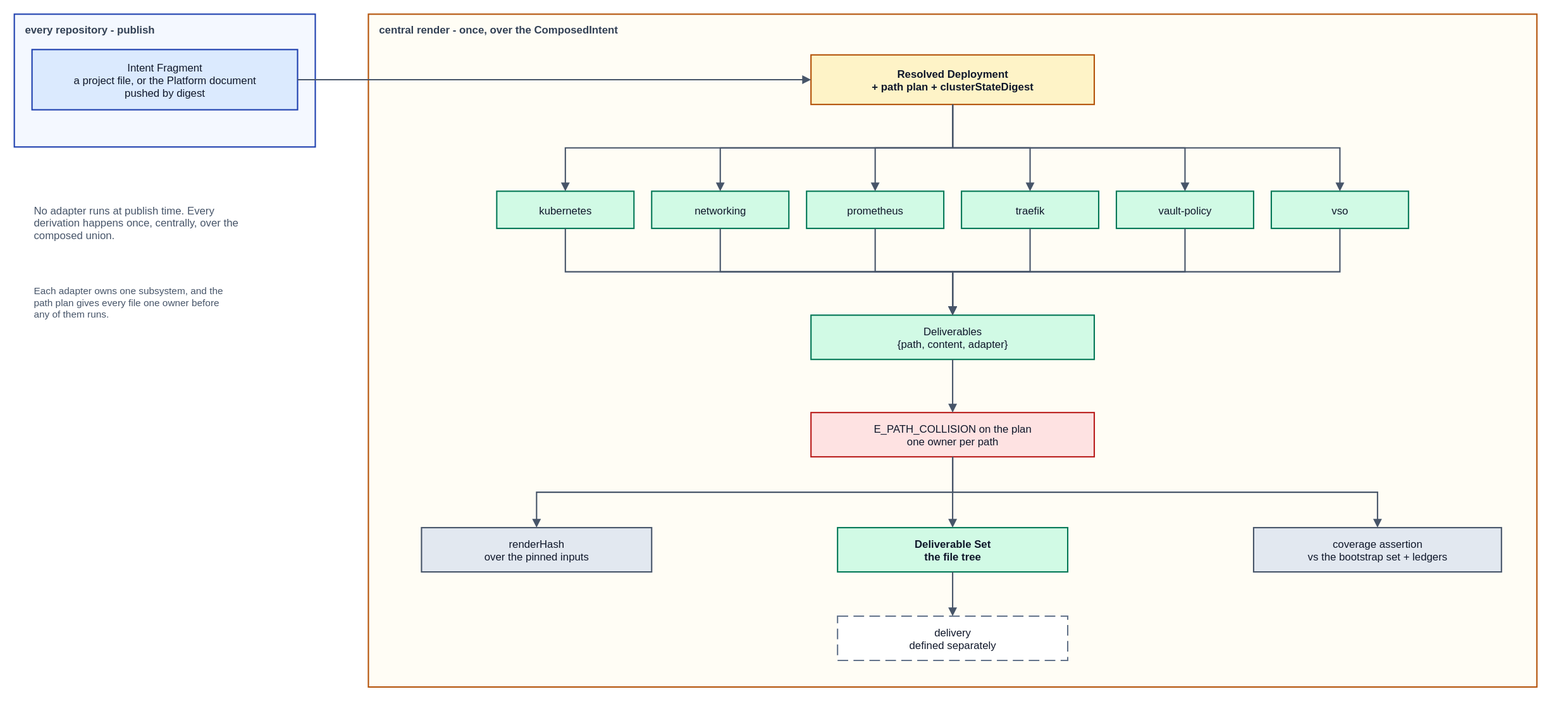
JorisJonkers-dev/deploy-kit keeps this draw.io diagram as spec/v1/diagrams/30-render-pipeline.drawio.svg. Above is the earlier version. Source tidied: cells renumbered, new cells last; positions are measured from the earlier drawing's top-left corner, leaving out a move shared by most shapes.
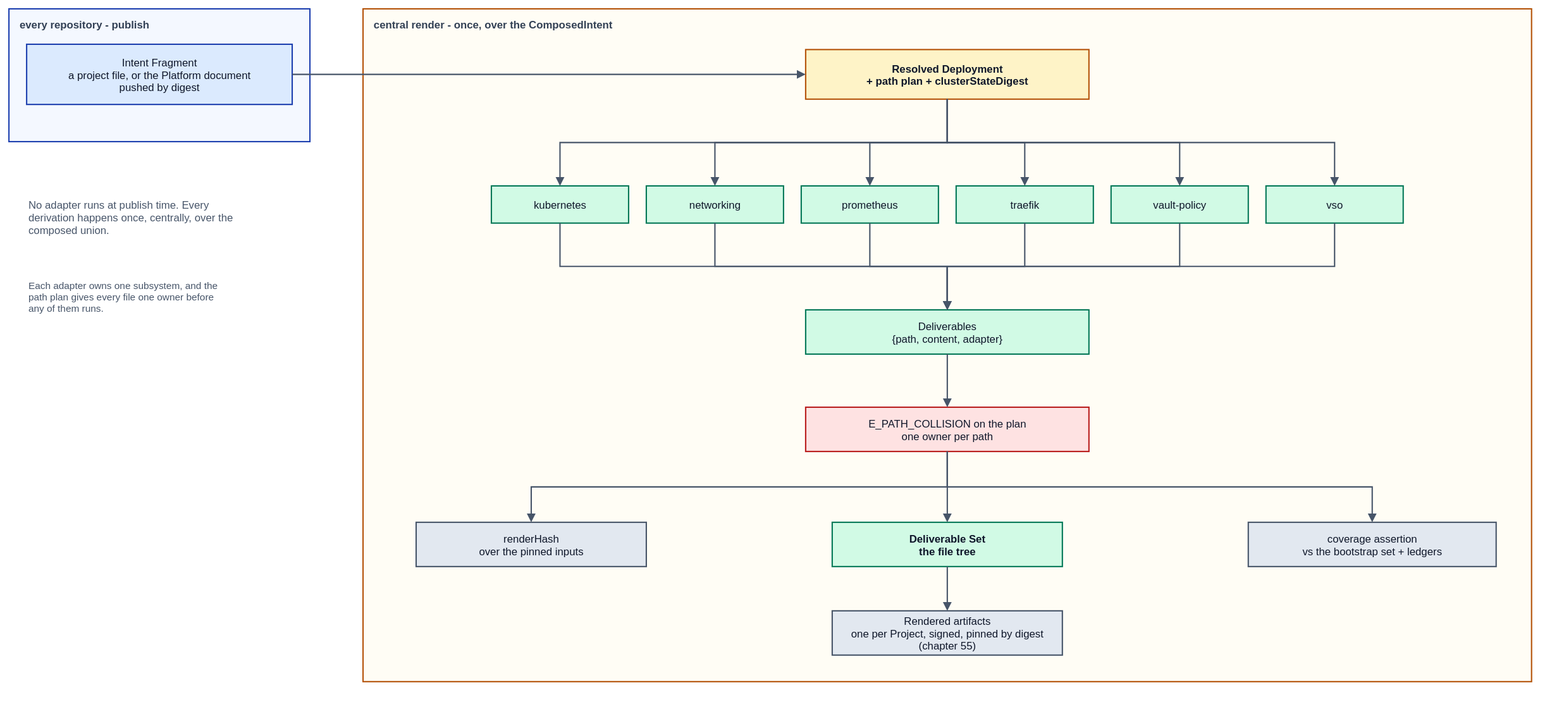
After the commit.

Commit message:
docs: redraw the delivery diagrams (#174)

The edit, as a diff of the source:
```diff
@@ -47,7 +47,7 @@
     <mxCell id="16" value="coverage assertion&#10;vs the bootstrap set + ledgers" style="rounded=0;whiteSpace=nowrap;html=0;align=center;verticalAlign=middle;fillColor=#e2e8f0;strokeColor=#475569;strokeWidth=1.5;fontFamily=Helvetica;fontSize=12;fontColor=#0f172a;" parent="1" vertex="1">
       <mxGeometry x="1400" y="580" width="280" height="50" as="geometry" />
     </mxCell>
-    <mxCell id="17" value="delivery&#10;defined separately" style="rounded=0;whiteSpace=nowrap;html=0;align=center;verticalAlign=middle;fillColor=#ffffff;strokeColor=#64748b;strokeWidth=1.5;fontFamily=Helvetica;fontSize=12;fontColor=#0f172a;dashed=1;dashPattern=8 4;" parent="1" vertex="1">
+    <mxCell id="17" value="Rendered artifacts&#10;one per Project, signed, pinned by digest&#10;(chapter 55)" style="rounded=0;whiteSpace=nowrap;html=0;align=center;verticalAlign=middle;fillColor=#e2e8f0;strokeColor=#475569;strokeWidth=1.5;fontFamily=Helvetica;fontSize=12;fontColor=#0f172a;" parent="1" vertex="1">
       <mxGeometry x="930" y="680" width="260" height="50" as="geometry" />
     </mxCell>
     <mxCell id="18" style="edgeStyle=orthogonalEdgeStyle;rounded=0;html=0;jettySize=auto;jumpStyle=arc;jumpSize=8;endArrow=block;endFill=1;strokeColor=#475569;strokeWidth=1.5;fontSize=11;fontFamily=Helvetica;labelBackgroundColor=#ffffff;exitX=1;exitY=0.5;exitDx=0;exitDy=0;entryX=0;entryY=0.5;entryDx=0;entryDy=0;" parent="1" edge="1" source="4" target="5">
```
